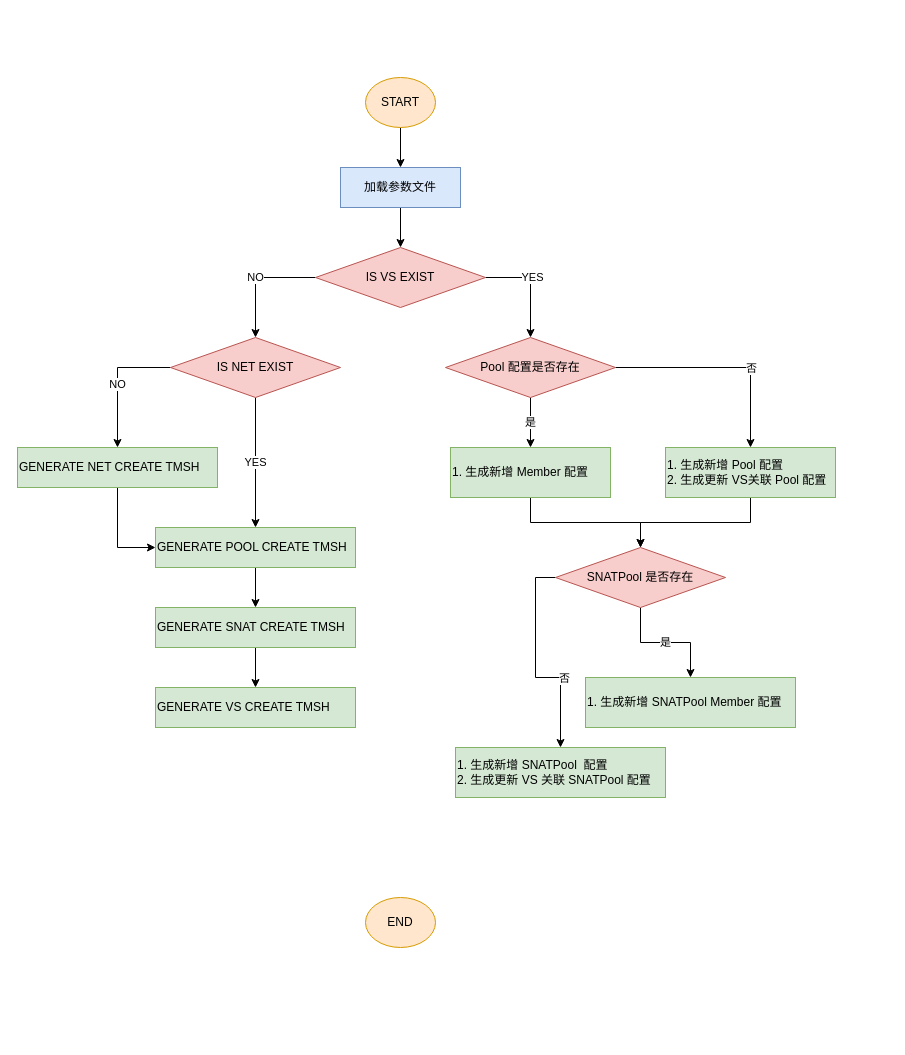
Earlier version of the draw.io diagram python-tmsh-generator.drawio (kylinsoong/pics). Source tidied: cells renumbered, new cells numbered last; positions are measured from the earlier drawing's top-left corner, leaving out a move shared by most shapes. Both pictures are drawn from the tidied source at 100%, with x=0, y=0 at pixel (17, 77).
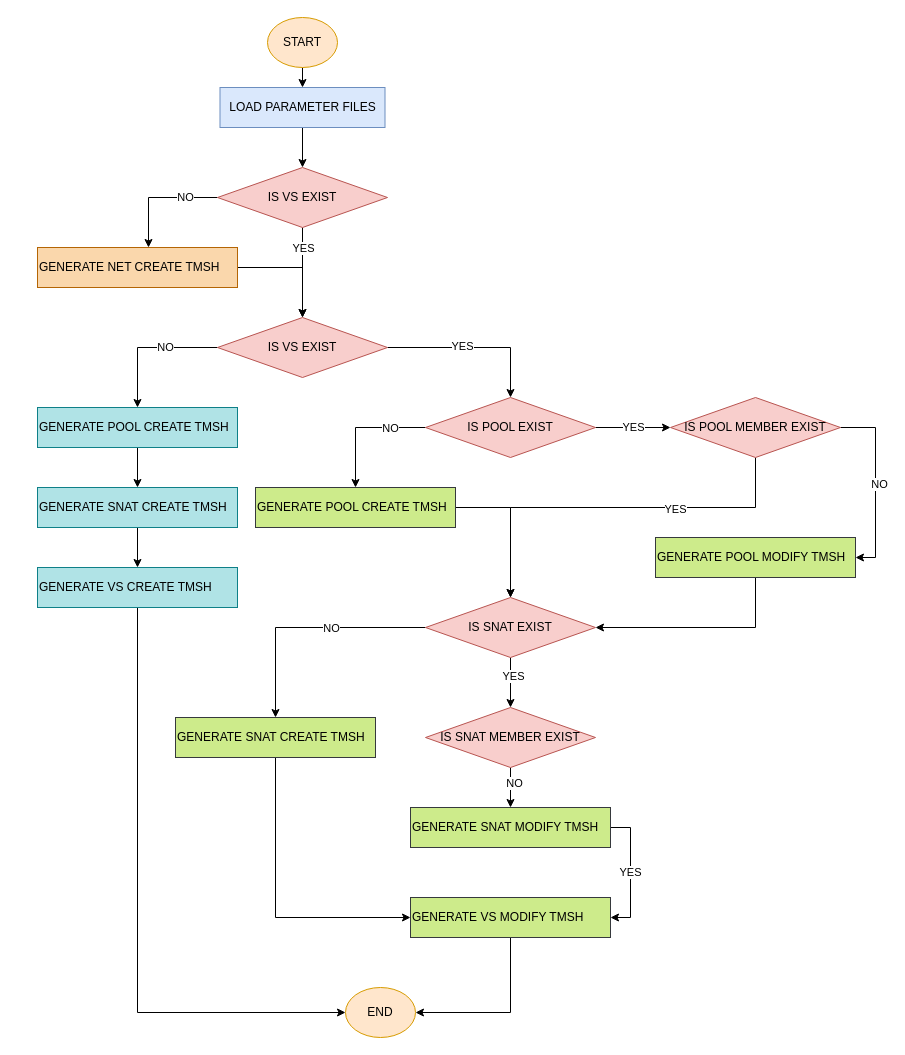
The same page after the edit.

What changed in the source:
```diff
@@
     <mxCell id="3" value="START" style="ellipse;whiteSpace=wrap;html=1;fillColor=#ffe6cc;strokeColor=#d79b00;" parent="1" vertex="1">
-      <mxGeometry x="348" width="70" height="50" as="geometry" />
+      <mxGeometry x="250" y="-60" width="70" height="50" as="geometry" />
     </mxCell>
@@
-    <mxCell id="5" value="加载参数文件" style="rounded=0;whiteSpace=wrap;html=1;fillColor=#dae8fc;strokeColor=#6c8ebf;" parent="1" vertex="1">
-      <mxGeometry x="323" y="90" width="120" height="40" as="geometry" />
+    <mxCell id="5" value="LOAD PARAMETER FILES" style="rounded=0;whiteSpace=wrap;html=1;fillColor=#dae8fc;strokeColor=#6c8ebf;" parent="1" vertex="1">
+      <mxGeometry x="202.5" y="10" width="165" height="40" as="geometry" />
     </mxCell>
-    <mxCell id="6" value="NO" style="edgeStyle=orthogonalEdgeStyle;rounded=0;jettySize=auto;html=1;exitX=0;exitY=0.5;exitDx=0;exitDy=0;entryX=0.5;entryY=0;entryDx=0;entryDy=0;" parent="1" edge="1" source="9" target="13">
-      <mxGeometry relative="1" as="geometry" />
+    <mxCell id="6" value="NO" style="edgeStyle=orthogonalEdgeStyle;rounded=0;jettySize=auto;html=1;exitX=0;exitY=0.5;exitDx=0;exitDy=0;entryX=0.555;entryY=0;entryDx=0;entryDy=0;entryPerimeter=0;" parent="1" edge="1" source="9" target="30">
+      <mxGeometry x="-0.46" relative="1" as="geometry" />
     </mxCell>
-    <mxCell id="7" style="edgeStyle=orthogonalEdgeStyle;rounded=0;jettySize=auto;html=1;exitX=1;exitY=0.5;exitDx=0;exitDy=0;" parent="1" edge="1" source="9" target="17">
+    <mxCell id="7" style="edgeStyle=orthogonalEdgeStyle;rounded=0;jettySize=auto;html=1;exitX=1;exitY=0.5;exitDx=0;exitDy=0;" parent="1" edge="1" source="43" target="17">
       <mxGeometry relative="1" as="geometry" />
     </mxCell>
@@
+    <mxCell id="36" style="edgeStyle=orthogonalEdgeStyle;rounded=0;jettySize=auto;html=1;exitX=0.5;exitY=1;exitDx=0;exitDy=0;entryX=0.5;entryY=0;entryDx=0;entryDy=0;" parent="1" edge="1" source="9" target="43">
+      <mxGeometry relative="1" as="geometry" />
+    </mxCell>
+    <mxCell id="37" value="YES" style="edgeLabel;html=1;align=center;verticalAlign=middle;" parent="36" vertex="1">
+      <mxGeometry x="-0.24" y="1" relative="1" as="geometry">
+        <mxPoint x="-1" y="-14" as="offset" />
+      </mxGeometry>
+    </mxCell>
     <mxCell id="9" value="IS VS EXIST" style="rhombus;whiteSpace=wrap;html=1;fillColor=#f8cecc;strokeColor=#b85450;" parent="1" vertex="1">
-      <mxGeometry x="298" y="170" width="170" height="60" as="geometry" />
+      <mxGeometry x="200" y="90" width="170" height="60" as="geometry" />
     </mxCell>
-    <mxCell id="10" value="YES" style="edgeStyle=orthogonalEdgeStyle;rounded=0;jettySize=auto;html=1;exitX=0.5;exitY=1;exitDx=0;exitDy=0;entryX=0.5;entryY=0;entryDx=0;entryDy=0;" parent="1" edge="1" source="13" target="32">
-      <mxGeometry relative="1" as="geometry" />
+    <mxCell id="10" value="NO" style="edgeStyle=orthogonalEdgeStyle;rounded=0;jettySize=auto;html=1;exitX=0;exitY=0.5;exitDx=0;exitDy=0;entryX=0.5;entryY=0;entryDx=0;entryDy=0;" parent="1" edge="1" source="43" target="32">
+      <mxGeometry x="-0.26" relative="1" as="geometry" />
     </mxCell>
-    <mxCell id="11" style="edgeStyle=orthogonalEdgeStyle;rounded=0;jettySize=auto;html=1;exitX=0;exitY=0.5;exitDx=0;exitDy=0;" parent="1" edge="1" source="13" target="30">
-      <mxGeometry relative="1" as="geometry" />
-    </mxCell>
-    <mxCell id="12" value="NO" style="edgeLabel;html=1;align=center;verticalAlign=middle;" parent="11" vertex="1">
-      <mxGeometry x="0.02" y="-1" relative="1" as="geometry">
-        <mxPoint y="1" as="offset" />
-      </mxGeometry>
-    </mxCell>
-    <mxCell id="13" value="IS NET EXIST" style="rhombus;whiteSpace=wrap;html=1;fillColor=#f8cecc;strokeColor=#b85450;" parent="1" vertex="1">
-      <mxGeometry x="153" y="260" width="170" height="60" as="geometry" />
-    </mxCell>
-    <mxCell id="14" value="是" style="edgeStyle=orthogonalEdgeStyle;rounded=0;jettySize=auto;html=1;exitX=0.5;exitY=1;exitDx=0;exitDy=0;" parent="1" edge="1" source="17" target="19">
-      <mxGeometry relative="1" as="geometry" />
-    </mxCell>
-    <mxCell id="15" style="edgeStyle=orthogonalEdgeStyle;rounded=0;jettySize=auto;html=1;exitX=1;exitY=0.5;exitDx=0;exitDy=0;" parent="1" edge="1" source="17" target="21">
-      <mxGeometry relative="1" as="geometry" />
-    </mxCell>
-    <mxCell id="16" value="否" style="edgeLabel;html=1;align=center;verticalAlign=middle;" parent="15" vertex="1">
-      <mxGeometry x="0.26" relative="1" as="geometry" />
-    </mxCell>
+    <mxCell id="38" style="edgeStyle=orthogonalEdgeStyle;rounded=0;jettySize=auto;html=1;exitX=0;exitY=0.5;exitDx=0;exitDy=0;entryX=0.5;entryY=0;entryDx=0;entryDy=0;" parent="1" edge="1" source="17" target="45">
+      <mxGeometry relative="1" as="geometry" />
+    </mxCell>
+    <mxCell id="39" value="NO" style="edgeLabel;html=1;align=center;verticalAlign=middle;" parent="38" vertex="1">
+      <mxGeometry x="-0.03" relative="1" as="geometry">
+        <mxPoint x="27" as="offset" />
+      </mxGeometry>
+    </mxCell>
+    <mxCell id="40" value="YES" style="edgeStyle=orthogonalEdgeStyle;rounded=0;jettySize=auto;html=1;exitX=1;exitY=0.5;exitDx=0;exitDy=0;entryX=0;entryY=0.5;entryDx=0;entryDy=0;" parent="1" edge="1" source="17" target="63">
+      <mxGeometry relative="1" as="geometry" />
+    </mxCell>
-    <mxCell id="17" value="Pool 配置是否存在" style="rhombus;whiteSpace=wrap;html=1;fillColor=#f8cecc;strokeColor=#b85450;" parent="1" vertex="1">
-      <mxGeometry x="428" y="260" width="170" height="60" as="geometry" />
+    <mxCell id="17" value="IS POOL EXIST" style="rhombus;whiteSpace=wrap;html=1;fillColor=#f8cecc;strokeColor=#b85450;" parent="1" vertex="1">
+      <mxGeometry x="408" y="320" width="170" height="60" as="geometry" />
     </mxCell>
-    <mxCell id="18" style="edgeStyle=orthogonalEdgeStyle;rounded=0;jettySize=auto;html=1;exitX=0.5;exitY=1;exitDx=0;exitDy=0;entryX=0.5;entryY=0;entryDx=0;entryDy=0;" parent="1" edge="1" source="19" target="25">
-      <mxGeometry relative="1" as="geometry" />
-    </mxCell>
-    <mxCell id="19" value="&lt;div style=&quot;&quot;&gt;&lt;span style=&quot;background-color: initial;&quot;&gt;1. 生成新增 Member 配置&lt;/span&gt;&lt;/div&gt;" style="rounded=0;whiteSpace=wrap;html=1;align=left;fillColor=#d5e8d4;strokeColor=#82b366;" parent="1" vertex="1">
-      <mxGeometry x="433" y="370" width="160" height="50" as="geometry" />
-    </mxCell>
-    <mxCell id="20" style="edgeStyle=orthogonalEdgeStyle;rounded=0;jettySize=auto;html=1;exitX=0.5;exitY=1;exitDx=0;exitDy=0;entryX=0.5;entryY=0;entryDx=0;entryDy=0;" parent="1" edge="1" source="21" target="25">
-      <mxGeometry relative="1" as="geometry" />
-    </mxCell>
-    <mxCell id="21" value="&lt;div style=&quot;&quot;&gt;&lt;span style=&quot;background-color: initial;&quot;&gt;1. 生成新增 Pool 配置&lt;/span&gt;&lt;/div&gt;&lt;div style=&quot;&quot;&gt;&lt;span style=&quot;background-color: initial;&quot;&gt;2. 生成更新 VS关联 Pool 配置&lt;/span&gt;&lt;/div&gt;" style="rounded=0;whiteSpace=wrap;html=1;align=left;fillColor=#d5e8d4;strokeColor=#82b366;" parent="1" vertex="1">
-      <mxGeometry x="648" y="370" width="170" height="50" as="geometry" />
-    </mxCell>
-    <mxCell id="22" value="是" style="edgeStyle=orthogonalEdgeStyle;rounded=0;jettySize=auto;html=1;exitX=0.5;exitY=1;exitDx=0;exitDy=0;entryX=0.5;entryY=0;entryDx=0;entryDy=0;" parent="1" edge="1" source="25" target="26">
-      <mxGeometry relative="1" as="geometry" />
-    </mxCell>
-    <mxCell id="23" style="edgeStyle=orthogonalEdgeStyle;rounded=0;jettySize=auto;html=1;exitX=0;exitY=0.5;exitDx=0;exitDy=0;entryX=0.5;entryY=0;entryDx=0;entryDy=0;" parent="1" edge="1" source="25" target="27">
-      <mxGeometry relative="1" as="geometry" />
-    </mxCell>
-    <mxCell id="24" value="否" style="edgeLabel;html=1;align=center;verticalAlign=middle;" parent="23" vertex="1">
-      <mxGeometry x="0.35" y="3" relative="1" as="geometry" />
-    </mxCell>
-    <mxCell id="25" value="SNATPool 是否存在" style="rhombus;whiteSpace=wrap;html=1;fillColor=#f8cecc;strokeColor=#b85450;" parent="1" vertex="1">
-      <mxGeometry x="538" y="470" width="170" height="60" as="geometry" />
-    </mxCell>
-    <mxCell id="26" value="&lt;div style=&quot;&quot;&gt;&lt;span style=&quot;background-color: initial;&quot;&gt;1. 生成新增 SNATPool Member 配置&lt;/span&gt;&lt;/div&gt;" style="rounded=0;whiteSpace=wrap;html=1;align=left;fillColor=#d5e8d4;strokeColor=#82b366;" parent="1" vertex="1">
-      <mxGeometry x="568" y="600" width="210" height="50" as="geometry" />
-    </mxCell>
-    <mxCell id="27" value="&lt;div style=&quot;&quot;&gt;&lt;span style=&quot;background-color: initial;&quot;&gt;1. 生成新增 SNATPool&amp;nbsp; 配置&lt;/span&gt;&lt;/div&gt;&lt;div style=&quot;&quot;&gt;&lt;span style=&quot;background-color: initial;&quot;&gt;2. 生成更新 VS 关联 SNATPool 配置&lt;/span&gt;&lt;/div&gt;" style="rounded=0;whiteSpace=wrap;html=1;align=left;fillColor=#d5e8d4;strokeColor=#82b366;" parent="1" vertex="1">
-      <mxGeometry x="438" y="670" width="210" height="50" as="geometry" />
-    </mxCell>
     <mxCell id="28" value="END" style="ellipse;whiteSpace=wrap;html=1;fillColor=#ffe6cc;strokeColor=#d79b00;" parent="1" vertex="1">
-      <mxGeometry x="348" y="820" width="70" height="50" as="geometry" />
+      <mxGeometry x="328" y="910" width="70" height="50" as="geometry" />
     </mxCell>
-    <mxCell id="29" style="edgeStyle=orthogonalEdgeStyle;rounded=0;jettySize=auto;html=1;exitX=0.5;exitY=1;exitDx=0;exitDy=0;entryX=0;entryY=0.5;entryDx=0;entryDy=0;" parent="1" edge="1" source="30" target="32">
-      <mxGeometry relative="1" as="geometry" />
-    </mxCell>
+    <mxCell id="41" style="edgeStyle=orthogonalEdgeStyle;rounded=0;jettySize=auto;html=1;exitX=1;exitY=0.5;exitDx=0;exitDy=0;entryX=0.5;entryY=0;entryDx=0;entryDy=0;" parent="1" edge="1" source="30" target="43">
+      <mxGeometry relative="1" as="geometry" />
+    </mxCell>
-    <mxCell id="30" value="&lt;div style=&quot;&quot;&gt;&lt;span style=&quot;background-color: initial;&quot;&gt;GENERATE NET CREATE TMSH&lt;/span&gt;&lt;/div&gt;&lt;div style=&quot;&quot;&gt;&lt;/div&gt;" style="rounded=0;whiteSpace=wrap;html=1;align=left;fillColor=#d5e8d4;strokeColor=#82b366;" parent="1" vertex="1">
-      <mxGeometry y="370" width="200" height="40" as="geometry" />
+    <mxCell id="30" value="&lt;div style=&quot;&quot;&gt;&lt;span style=&quot;background-color: initial;&quot;&gt;GENERATE NET CREATE TMSH&lt;/span&gt;&lt;/div&gt;&lt;div style=&quot;&quot;&gt;&lt;/div&gt;" style="rounded=0;whiteSpace=wrap;html=1;align=left;fillColor=#fad7ac;strokeColor=#b46504;" parent="1" vertex="1">
+      <mxGeometry x="20" y="170" width="200" height="40" as="geometry" />
     </mxCell>
@@
-    <mxCell id="32" value="&lt;div style=&quot;&quot;&gt;&lt;span style=&quot;background-color: initial;&quot;&gt;GENERATE POOL CREATE TMSH&lt;/span&gt;&lt;/div&gt;&lt;div style=&quot;&quot;&gt;&lt;/div&gt;" style="rounded=0;whiteSpace=wrap;html=1;align=left;fillColor=#d5e8d4;strokeColor=#82b366;" parent="1" vertex="1">
-      <mxGeometry x="138" y="450" width="200" height="40" as="geometry" />
+    <mxCell id="32" value="&lt;div style=&quot;&quot;&gt;&lt;span style=&quot;background-color: initial;&quot;&gt;GENERATE POOL CREATE TMSH&lt;/span&gt;&lt;/div&gt;&lt;div style=&quot;&quot;&gt;&lt;/div&gt;" style="rounded=0;whiteSpace=wrap;html=1;align=left;fillColor=#b0e3e6;strokeColor=#0e8088;" parent="1" vertex="1">
+      <mxGeometry x="20" y="330" width="200" height="40" as="geometry" />
     </mxCell>
@@
-    <mxCell id="34" value="&lt;div style=&quot;&quot;&gt;&lt;span style=&quot;background-color: initial;&quot;&gt;GENERATE SNAT CREATE TMSH&lt;/span&gt;&lt;/div&gt;&lt;div style=&quot;&quot;&gt;&lt;/div&gt;" style="rounded=0;whiteSpace=wrap;html=1;align=left;fillColor=#d5e8d4;strokeColor=#82b366;" parent="1" vertex="1">
-      <mxGeometry x="138" y="530" width="200" height="40" as="geometry" />
+    <mxCell id="34" value="&lt;div style=&quot;&quot;&gt;&lt;span style=&quot;background-color: initial;&quot;&gt;GENERATE SNAT CREATE TMSH&lt;/span&gt;&lt;/div&gt;&lt;div style=&quot;&quot;&gt;&lt;/div&gt;" style="rounded=0;whiteSpace=wrap;html=1;align=left;fillColor=#b0e3e6;strokeColor=#0e8088;" parent="1" vertex="1">
+      <mxGeometry x="20" y="410" width="200" height="40" as="geometry" />
     </mxCell>
+    <mxCell id="42" style="edgeStyle=orthogonalEdgeStyle;rounded=0;jettySize=auto;html=1;exitX=0.5;exitY=1;exitDx=0;exitDy=0;entryX=0;entryY=0.5;entryDx=0;entryDy=0;" parent="1" edge="1" source="35" target="28">
+      <mxGeometry relative="1" as="geometry" />
+    </mxCell>
-    <mxCell id="35" value="&lt;div style=&quot;&quot;&gt;&lt;span style=&quot;background-color: initial;&quot;&gt;GENERATE VS CREATE TMSH&lt;/span&gt;&lt;/div&gt;&lt;div style=&quot;&quot;&gt;&lt;/div&gt;" style="rounded=0;whiteSpace=wrap;html=1;align=left;fillColor=#d5e8d4;strokeColor=#82b366;" parent="1" vertex="1">
-      <mxGeometry x="138" y="610" width="200" height="40" as="geometry" />
+    <mxCell id="35" value="&lt;div style=&quot;&quot;&gt;&lt;span style=&quot;background-color: initial;&quot;&gt;GENERATE VS CREATE TMSH&lt;/span&gt;&lt;/div&gt;&lt;div style=&quot;&quot;&gt;&lt;/div&gt;" style="rounded=0;whiteSpace=wrap;html=1;align=left;fillColor=#b0e3e6;strokeColor=#0e8088;" parent="1" vertex="1">
+      <mxGeometry x="20" y="490" width="200" height="40" as="geometry" />
     </mxCell>
+    <mxCell id="43" value="IS VS EXIST" style="rhombus;whiteSpace=wrap;html=1;fillColor=#f8cecc;strokeColor=#b85450;" parent="1" vertex="1">
+      <mxGeometry x="200" y="240" width="170" height="60" as="geometry" />
+    </mxCell>
+    <mxCell id="44" style="edgeStyle=orthogonalEdgeStyle;rounded=0;jettySize=auto;html=1;exitX=1;exitY=0.5;exitDx=0;exitDy=0;entryX=0.5;entryY=0;entryDx=0;entryDy=0;" parent="1" edge="1" source="45" target="50">
+      <mxGeometry relative="1" as="geometry" />
+    </mxCell>
+    <mxCell id="45" value="&lt;div style=&quot;&quot;&gt;&lt;span style=&quot;background-color: initial;&quot;&gt;GENERATE POOL CREATE TMSH&lt;/span&gt;&lt;/div&gt;&lt;div style=&quot;&quot;&gt;&lt;/div&gt;" style="rounded=0;whiteSpace=wrap;html=1;align=left;fillColor=#cdeb8b;strokeColor=#36393d;" parent="1" vertex="1">
+      <mxGeometry x="238" y="410" width="200" height="40" as="geometry" />
+    </mxCell>
+    <mxCell id="46" style="edgeStyle=orthogonalEdgeStyle;rounded=0;jettySize=auto;html=1;exitX=0;exitY=0.5;exitDx=0;exitDy=0;entryX=0.5;entryY=0;entryDx=0;entryDy=0;" parent="1" edge="1" source="50" target="52">
+      <mxGeometry relative="1" as="geometry" />
+    </mxCell>
+    <mxCell id="47" value="NO" style="edgeLabel;html=1;align=center;verticalAlign=middle;" parent="46" vertex="1">
+      <mxGeometry x="-0.02" y="-1" relative="1" as="geometry">
+        <mxPoint x="23" y="1" as="offset" />
+      </mxGeometry>
+    </mxCell>
+    <mxCell id="48" style="edgeStyle=orthogonalEdgeStyle;rounded=0;jettySize=auto;html=1;exitX=0.5;exitY=1;exitDx=0;exitDy=0;" parent="1" edge="1" source="50" target="66">
+      <mxGeometry relative="1" as="geometry" />
+    </mxCell>
+    <mxCell id="49" value="YES" style="edgeLabel;html=1;align=center;verticalAlign=middle;" parent="48" vertex="1">
+      <mxGeometry x="-0.3" y="2" relative="1" as="geometry" />
+    </mxCell>
+    <mxCell id="50" value="IS SNAT EXIST" style="rhombus;whiteSpace=wrap;html=1;fillColor=#f8cecc;strokeColor=#b85450;" parent="1" vertex="1">
+      <mxGeometry x="408" y="520" width="170" height="60" as="geometry" />
+    </mxCell>
+    <mxCell id="51" style="edgeStyle=orthogonalEdgeStyle;rounded=0;jettySize=auto;html=1;exitX=0.5;exitY=1;exitDx=0;exitDy=0;entryX=0;entryY=0.5;entryDx=0;entryDy=0;" parent="1" edge="1" source="52" target="54">
+      <mxGeometry relative="1" as="geometry" />
+    </mxCell>
+    <mxCell id="52" value="&lt;div style=&quot;&quot;&gt;&lt;span style=&quot;background-color: initial;&quot;&gt;GENERATE SNAT CREATE TMSH&lt;/span&gt;&lt;/div&gt;&lt;div style=&quot;&quot;&gt;&lt;/div&gt;" style="rounded=0;whiteSpace=wrap;html=1;align=left;fillColor=#cdeb8b;strokeColor=#36393d;" parent="1" vertex="1">
+      <mxGeometry x="158" y="640" width="200" height="40" as="geometry" />
+    </mxCell>
+    <mxCell id="53" style="edgeStyle=orthogonalEdgeStyle;rounded=0;jettySize=auto;html=1;exitX=0.5;exitY=1;exitDx=0;exitDy=0;entryX=1;entryY=0.5;entryDx=0;entryDy=0;" parent="1" edge="1" source="54" target="28">
+      <mxGeometry relative="1" as="geometry" />
+    </mxCell>
+    <mxCell id="54" value="&lt;div style=&quot;&quot;&gt;&lt;span style=&quot;background-color: initial;&quot;&gt;GENERATE VS MODIFY TMSH&lt;/span&gt;&lt;/div&gt;&lt;div style=&quot;&quot;&gt;&lt;/div&gt;" style="rounded=0;whiteSpace=wrap;html=1;align=left;fillColor=#cdeb8b;strokeColor=#36393d;" parent="1" vertex="1">
+      <mxGeometry x="393" y="820" width="200" height="40" as="geometry" />
+    </mxCell>
+    <mxCell id="55" value="YES" style="edgeStyle=orthogonalEdgeStyle;rounded=0;jettySize=auto;html=1;exitX=1;exitY=0.5;exitDx=0;exitDy=0;entryX=1;entryY=0.5;entryDx=0;entryDy=0;" parent="1" edge="1" source="56" target="54">
+      <mxGeometry relative="1" as="geometry" />
+    </mxCell>
+    <mxCell id="56" value="&lt;div style=&quot;&quot;&gt;&lt;span style=&quot;background-color: initial;&quot;&gt;GENERATE SNAT MODIFY TMSH&lt;/span&gt;&lt;/div&gt;&lt;div style=&quot;&quot;&gt;&lt;/div&gt;" style="rounded=0;whiteSpace=wrap;html=1;align=left;fillColor=#cdeb8b;strokeColor=#36393d;" parent="1" vertex="1">
+      <mxGeometry x="393" y="730" width="200" height="40" as="geometry" />
+    </mxCell>
+    <mxCell id="57" style="edgeStyle=orthogonalEdgeStyle;rounded=0;jettySize=auto;html=1;exitX=0.5;exitY=1;exitDx=0;exitDy=0;entryX=1;entryY=0.5;entryDx=0;entryDy=0;" parent="1" edge="1" source="58" target="50">
+      <mxGeometry relative="1" as="geometry" />
+    </mxCell>
+    <mxCell id="58" value="&lt;div style=&quot;&quot;&gt;&lt;span style=&quot;background-color: initial;&quot;&gt;GENERATE POOL MODIFY TMSH&lt;/span&gt;&lt;/div&gt;&lt;div style=&quot;&quot;&gt;&lt;/div&gt;" style="rounded=0;whiteSpace=wrap;html=1;align=left;fillColor=#cdeb8b;strokeColor=#36393d;" parent="1" vertex="1">
+      <mxGeometry x="638" y="460" width="200" height="40" as="geometry" />
+    </mxCell>
+    <mxCell id="59" style="edgeStyle=orthogonalEdgeStyle;rounded=0;jettySize=auto;html=1;exitX=0.5;exitY=1;exitDx=0;exitDy=0;" parent="1" edge="1" source="63" target="50">
+      <mxGeometry relative="1" as="geometry">
+        <Array as="points">
+          <mxPoint x="738" y="430" />
+          <mxPoint x="493" y="430" />
+        </Array>
+      </mxGeometry>
+    </mxCell>
+    <mxCell id="60" value="YES" style="edgeLabel;html=1;align=center;verticalAlign=middle;" parent="59" vertex="1">
+      <mxGeometry x="-0.32" y="1" relative="1" as="geometry" />
+    </mxCell>
+    <mxCell id="61" style="edgeStyle=orthogonalEdgeStyle;rounded=0;jettySize=auto;html=1;exitX=1;exitY=0.5;exitDx=0;exitDy=0;entryX=1;entryY=0.5;entryDx=0;entryDy=0;" parent="1" edge="1" source="63" target="58">
+      <mxGeometry relative="1" as="geometry" />
+    </mxCell>
+    <mxCell id="62" value="NO" style="edgeLabel;html=1;align=center;verticalAlign=middle;" parent="61" vertex="1">
+      <mxGeometry x="-0.02" y="3" relative="1" as="geometry" />
+    </mxCell>
+    <mxCell id="63" value="IS POOL MEMBER EXIST" style="rhombus;whiteSpace=wrap;html=1;fillColor=#f8cecc;strokeColor=#b85450;" parent="1" vertex="1">
+      <mxGeometry x="653" y="320" width="170" height="60" as="geometry" />
+    </mxCell>
+    <mxCell id="64" style="edgeStyle=orthogonalEdgeStyle;rounded=0;jettySize=auto;html=1;exitX=0.5;exitY=1;exitDx=0;exitDy=0;entryX=0.5;entryY=0;entryDx=0;entryDy=0;" parent="1" edge="1" source="66" target="56">
+      <mxGeometry relative="1" as="geometry" />
+    </mxCell>
+    <mxCell id="65" value="NO" style="edgeLabel;html=1;align=center;verticalAlign=middle;" parent="64" vertex="1">
+      <mxGeometry x="-0.24" y="3" relative="1" as="geometry" />
+    </mxCell>
+    <mxCell id="66" value="IS SNAT MEMBER EXIST" style="rhombus;whiteSpace=wrap;html=1;fillColor=#f8cecc;strokeColor=#b85450;" parent="1" vertex="1">
+      <mxGeometry x="408" y="630" width="170" height="60" as="geometry" />
+    </mxCell>
```
